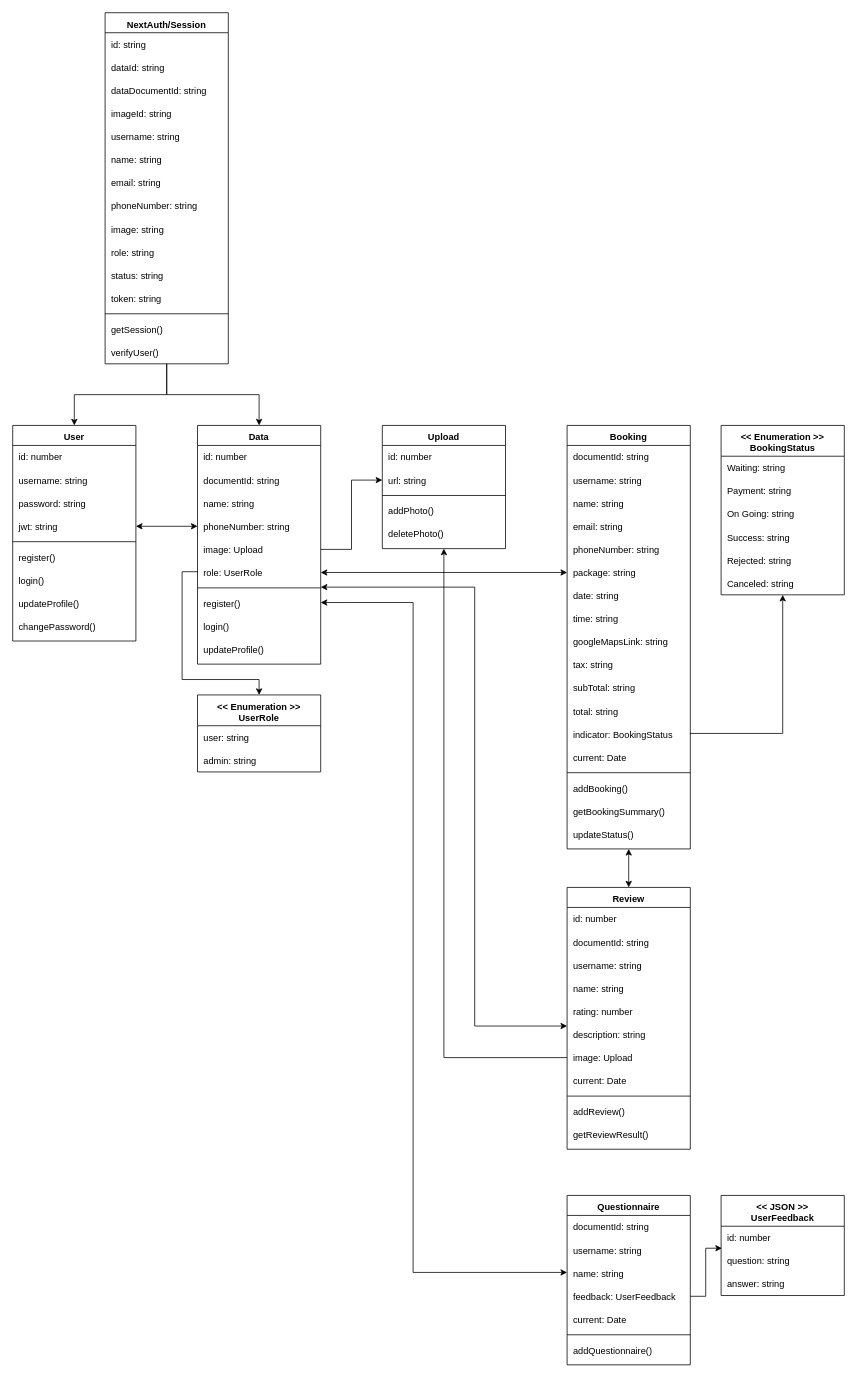
Before: docs/saves/Class Diagram.drawio in gdwmw/HASTINULC, a draw.io diagram. Source tidied: cells renumbered, new cells numbered last; positions are measured from the earlier drawing's top-left corner, leaving out a move shared by most shapes. Both pictures are drawn from the tidied source at 77%, with x=0, y=0 at pixel (12, 12).
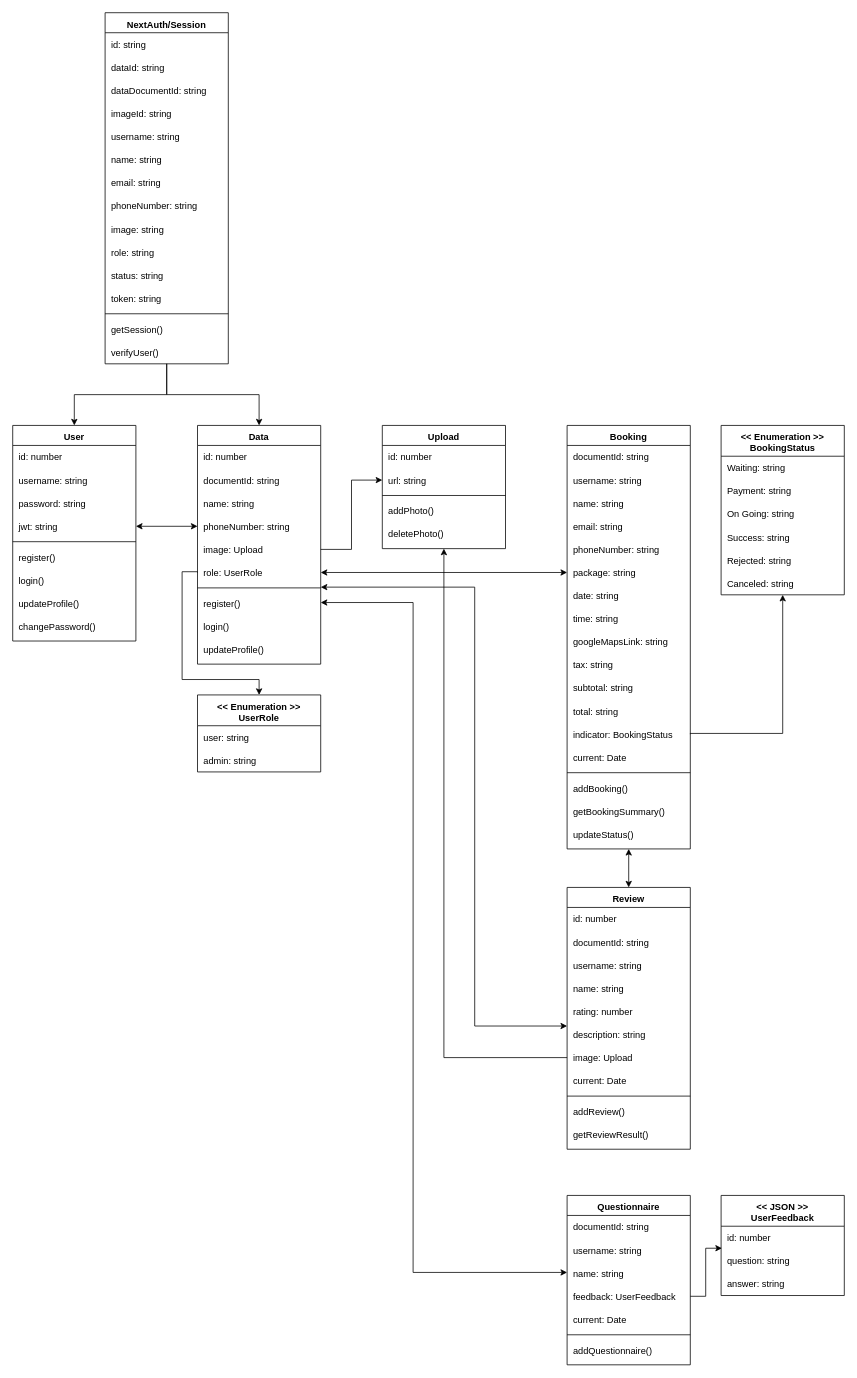
After the change.

Unchanged cells that the change refers to:
```xml
<mxCell id="46" value="Booking" style="swimlane;align=center;verticalAlign=top;horizontal=1;startSize=26;rounded=0;shadow=0;strokeWidth=1;spacing=4;" parent="1" vertex="1">
  <mxGeometry x="720" y="536" width="160" height="550" as="geometry" />
</mxCell>
```

Diff of the diagram source:
```diff
@@
-    <mxCell id="57" value="subTotal: string" style="text;align=left;verticalAlign=top;spacingLeft=4;spacingRight=4;overflow=hidden;rounded=0;shadow=0;html=0;spacing=4;" parent="46" vertex="1">
+    <mxCell id="57" value="subtotal: string" style="text;align=left;verticalAlign=top;spacingLeft=4;spacingRight=4;overflow=hidden;rounded=0;shadow=0;html=0;spacing=4;" parent="46" vertex="1">
       <mxGeometry y="326" width="160" height="30" as="geometry" />
     </mxCell>
```
